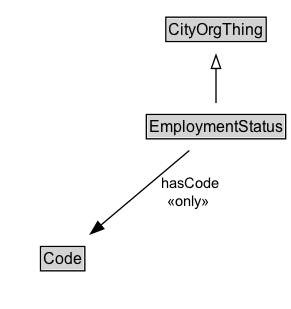
This is docs/diagrams/EmploymentStatus.dot.png from ISO-TC204/ontology-cdm-p2-v1, a Graphviz export, as it was before one commit. Its source is kept beside it as docs/diagrams/EmploymentStatus.dot.
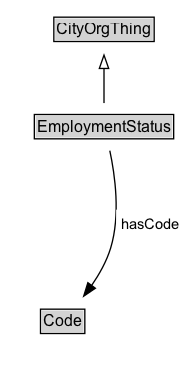
After the commit.

What changed in the source:
```diff
@@ -3,18 +3,21 @@
 	node [fontname=Arial fontsize=12 margin=0 shape=none]
 	edge [fontname=Arial fontsize=11]
 	{
+		rank=source
+		CityOrgThing [label=<<TABLE BORDER="1" CELLBORDER="0" CELLSPACING="0" CELLPADDING="1"><TR><TD BGCOLOR="lightgray" ALIGN="CENTER">CityOrgThing</TD></TR></TABLE>> URL="../CityOrgThing" margin=0]
+	}
+	EmploymentStatus [label=<<TABLE BORDER="1" CELLBORDER="0" CELLSPACING="0" CELLPADDING="1"><TR><TD BGCOLOR="lightgray" ALIGN="CENTER">EmploymentStatus</TD></TR></TABLE>> URL="../EmploymentStatus" margin=0]
+	{
 		rank=max
-		EmploymentStatus [label=<<TABLE BORDER="1" CELLBORDER="0" CELLSPACING="0" CELLPADDING="1"><TR><TD BGCOLOR="lightgray" ALIGN="CENTER" PORT="e">EmploymentStatus</TD></TR></TABLE>> URL="../EmploymentStatus.md" margin=0]
 	}
 	subgraph cluster_associated {
 		label="" style=invis
 		Invis [label=<<TABLE BORDER="0" CELLBORDER="0" CELLSPACING="0" CELLPADDING="1"><TR><TD></TD></TR></TABLE>> margin=0 style=invis]
-		Code [label=<<TABLE BORDER="1" CELLBORDER="0" CELLSPACING="0" CELLPADDING="1"><TR><TD BGCOLOR="lightgray" ALIGN="CENTER">Code</TD></TR></TABLE>> URL="../Code.md" margin=0]
+		Code [label=<<TABLE BORDER="1" CELLBORDER="0" CELLSPACING="0" CELLPADDING="1"><TR><TD BGCOLOR="lightgray" ALIGN="CENTER">Code</TD></TR></TABLE>> URL="../Code" margin=0]
 	}
-	CityOrgThing [label=<<TABLE BORDER="1" CELLBORDER="0" CELLSPACING="0" CELLPADDING="1"><TR><TD BGCOLOR="lightgray" ALIGN="CENTER">CityOrgThing</TD></TR></TABLE>> URL="../CityOrgThing.md" margin=0]
 	EmploymentStatus -> CityOrgThing [arrowhead=onormal style=solid]
 	EmploymentStatus -> Invis [style=invis]
 	Invis -> Code [style=invis]
-	EmploymentStatus -> Code [label=" hasCode
- «only»  " arrowhead=normal style=solid]
+	Code [label=<<TABLE BORDER="1" CELLBORDER="0" CELLSPACING="0" CELLPADDING="1"><TR><TD BGCOLOR="lightgray" ALIGN="CENTER">Code</TD></TR></TABLE>> URL="../Code" margin=0]
+	EmploymentStatus -> Code [label=<<TABLE BORDER="0" CELLBORDER="0" CELLSPACING="0" CELLPADDING="4" BGCOLOR="white"><TR><TD ALIGN="CENTER">hasCode</TD></TR></TABLE>> arrowhead=normal style=solid]
 }
```
